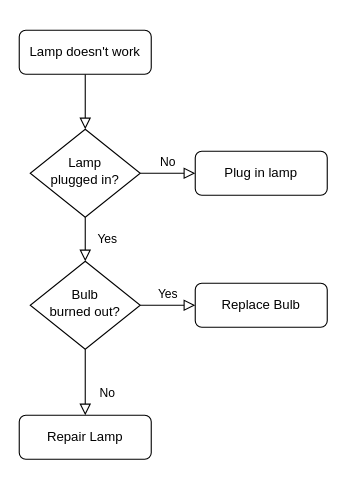
Earlier version of the draw.io diagram vsoc_onboarding.drawio (jacmathew/jacmathew). Source tidied: cells renumbered, new cells numbered last; positions are measured from the earlier drawing's top-left corner, leaving out a move shared by most shapes. Both pictures are drawn from the tidied source at 110%, with x=0, y=0 at pixel (19, 30).
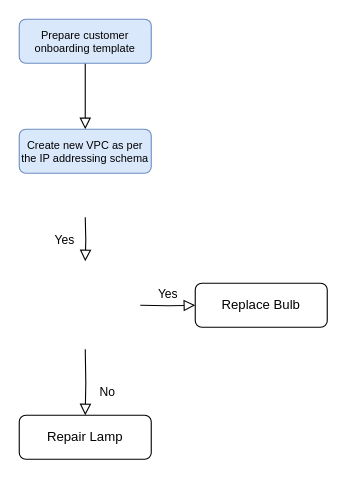
The same diagram, later.

Change to the diagram source:
```diff
@@
 <mxGraphModel>
   <root>
     <mxCell id="0" />
     <mxCell id="1" parent="0" />
-    <mxCell id="2" style="rounded=0;html=1;jettySize=auto;fontSize=11;endArrow=block;endFill=0;endSize=8;strokeWidth=1;shadow=0;labelBackgroundColor=none;edgeStyle=orthogonalEdgeStyle;" parent="1" edge="1" source="3" target="6">
-      <mxGeometry relative="1" as="geometry" />
+    <mxCell id="2" style="rounded=0;html=1;jettySize=auto;fontSize=11;endArrow=block;endFill=0;endSize=8;strokeWidth=1;shadow=0;labelBackgroundColor=none;edgeStyle=orthogonalEdgeStyle;" parent="1" edge="1" source="3">
+      <mxGeometry relative="1" as="geometry">
+        <mxPoint x="60" y="90" as="targetPoint" />
+      </mxGeometry>
     </mxCell>
-    <mxCell id="3" value="Lamp doesn't work" style="rounded=1;whiteSpace=wrap;html=1;fontSize=12;glass=0;strokeWidth=1;shadow=0;" parent="1" vertex="1">
-      <mxGeometry width="120" height="40" as="geometry" />
+    <mxCell id="3" value="Prepare customer onboarding template" style="rounded=1;whiteSpace=wrap;html=1;fontSize=10;glass=0;strokeWidth=1;shadow=0;fillColor=#dae8fc;strokeColor=#6c8ebf;" parent="1" vertex="1">
+      <mxGeometry y="-10" width="120" height="40" as="geometry" />
     </mxCell>
-    <mxCell id="4" value="Yes" style="rounded=0;html=1;jettySize=auto;fontSize=11;endArrow=block;endFill=0;endSize=8;strokeWidth=1;shadow=0;labelBackgroundColor=none;edgeStyle=orthogonalEdgeStyle;" parent="1" edge="1" source="6" target="10">
-      <mxGeometry y="20" relative="1" as="geometry" />
+    <mxCell id="4" value="Yes" style="rounded=0;html=1;jettySize=auto;orthogonalLoop=1;fontSize=11;endArrow=block;endFill=0;endSize=8;strokeWidth=1;shadow=0;labelBackgroundColor=none;edgeStyle=orthogonalEdgeStyle;" parent="1" edge="1">
+      <mxGeometry y="20" relative="1" as="geometry">
+        <mxPoint x="60" y="170" as="sourcePoint" />
+        <mxPoint x="60" y="210" as="targetPoint" />
+      </mxGeometry>
     </mxCell>
-    <mxCell id="5" value="No" style="edgeStyle=orthogonalEdgeStyle;rounded=0;html=1;jettySize=auto;fontSize=11;endArrow=block;endFill=0;endSize=8;strokeWidth=1;shadow=0;labelBackgroundColor=none;" parent="1" edge="1" source="6" target="7">
-      <mxGeometry y="10" relative="1" as="geometry" />
-    </mxCell>
-    <mxCell id="6" value="Lamp&lt;br&gt;plugged in?" style="rhombus;whiteSpace=wrap;html=1;shadow=0;fontFamily=Helvetica;fontSize=12;align=center;strokeWidth=1;spacing=6;spacingTop=-4;" parent="1" vertex="1">
-      <mxGeometry x="10" y="90" width="100" height="80" as="geometry" />
-    </mxCell>
-    <mxCell id="7" value="Plug in lamp" style="rounded=1;whiteSpace=wrap;html=1;fontSize=12;glass=0;strokeWidth=1;shadow=0;" parent="1" vertex="1">
-      <mxGeometry x="160" y="110" width="120" height="40" as="geometry" />
+    <mxCell id="7" value="Create new VPC as per the IP addressing schema" style="rounded=1;whiteSpace=wrap;html=1;fontSize=10;glass=0;strokeWidth=1;shadow=0;fillColor=#dae8fc;strokeColor=#6c8ebf;" parent="1" vertex="1">
+      <mxGeometry y="90" width="120" height="40" as="geometry" />
     </mxCell>
-    <mxCell id="8" value="No" style="rounded=0;html=1;jettySize=auto;fontSize=11;endArrow=block;endFill=0;endSize=8;strokeWidth=1;shadow=0;labelBackgroundColor=none;edgeStyle=orthogonalEdgeStyle;" parent="1" edge="1" source="10" target="11">
-      <mxGeometry x="0.33" y="20" relative="1" as="geometry" />
+    <mxCell id="8" value="No" style="rounded=0;html=1;jettySize=auto;fontSize=11;endArrow=block;endFill=0;endSize=8;strokeWidth=1;shadow=0;labelBackgroundColor=none;edgeStyle=orthogonalEdgeStyle;" parent="1" edge="1" target="11">
+      <mxGeometry x="0.33" y="20" relative="1" as="geometry">
+        <mxPoint x="60" y="290" as="sourcePoint" />
+      </mxGeometry>
     </mxCell>
-    <mxCell id="9" value="Yes" style="edgeStyle=orthogonalEdgeStyle;rounded=0;html=1;jettySize=auto;fontSize=11;endArrow=block;endFill=0;endSize=8;strokeWidth=1;shadow=0;labelBackgroundColor=none;" parent="1" edge="1" source="10" target="12">
-      <mxGeometry y="10" relative="1" as="geometry" />
+    <mxCell id="9" value="Yes" style="edgeStyle=orthogonalEdgeStyle;rounded=0;html=1;jettySize=auto;fontSize=11;endArrow=block;endFill=0;endSize=8;strokeWidth=1;shadow=0;labelBackgroundColor=none;" parent="1" edge="1" target="12">
+      <mxGeometry y="10" relative="1" as="geometry">
+        <mxPoint x="110" y="250" as="sourcePoint" />
+      </mxGeometry>
     </mxCell>
-    <mxCell id="10" value="Bulb&lt;br&gt;burned out?" style="rhombus;whiteSpace=wrap;html=1;shadow=0;fontFamily=Helvetica;fontSize=12;align=center;strokeWidth=1;spacing=6;spacingTop=-4;" parent="1" vertex="1">
-      <mxGeometry x="10" y="210" width="100" height="80" as="geometry" />
-    </mxCell>
     <mxCell id="11" value="Repair Lamp" style="rounded=1;whiteSpace=wrap;html=1;fontSize=12;glass=0;strokeWidth=1;shadow=0;" parent="1" vertex="1">
       <mxGeometry y="350" width="120" height="40" as="geometry" />
     </mxCell>
     <mxCell id="12" value="Replace Bulb" style="rounded=1;whiteSpace=wrap;html=1;fontSize=12;glass=0;strokeWidth=1;shadow=0;" parent="1" vertex="1">
       <mxGeometry x="160" y="230" width="120" height="40" as="geometry" />
     </mxCell>
   </root>
 </mxGraphModel>
```
